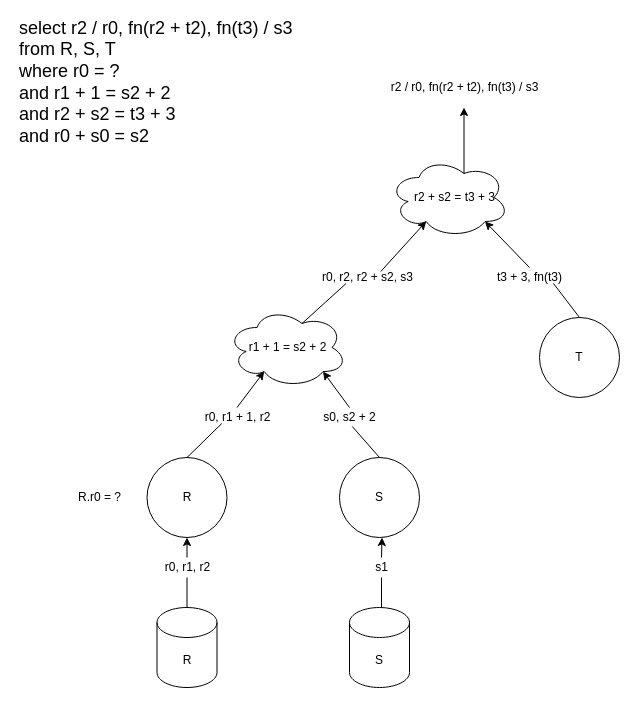
adarshpannu/kona keeps this draw.io diagram as flow.drawio. Above is the earlier version. Source tidied: cells renumbered, new cells numbered last; positions are measured from the earlier drawing's top-left corner, leaving out a move shared by most shapes. Both pictures are drawn from the tidied source at 100%, with x=0, y=0 at pixel (17, 32).
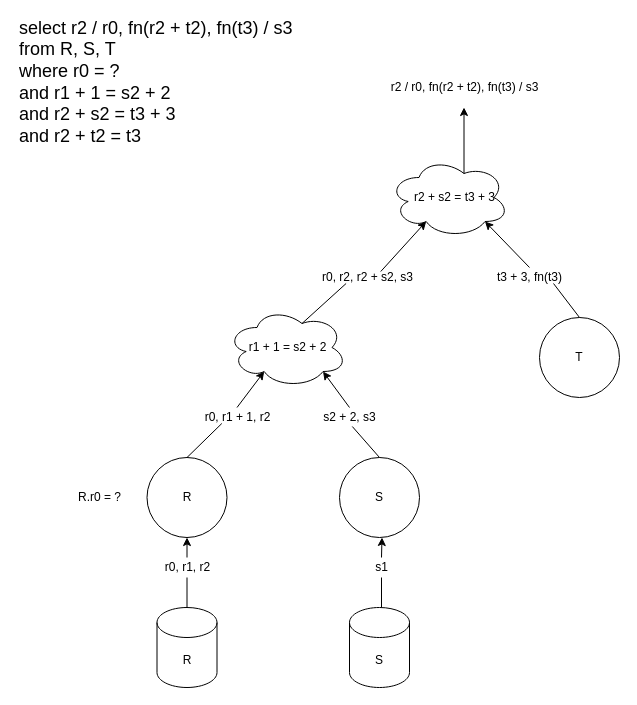
The same diagram, later.

The edit, as a diff of the source:
```diff
@@
-    <mxCell id="3" value="&lt;span style=&quot;font-size: 18px&quot;&gt;select r2 / r0, fn(r2 + t2), fn(t3) / s3&lt;br&gt;from R, S, T &lt;br&gt;where r0 = ? &lt;br&gt;and r1 + 1 = s2 + 2 &lt;br&gt;and r2 + s2 = t3 + 3&lt;br&gt;and r0 + s0 = s2&lt;br&gt;&lt;/span&gt;" style="text;html=1;align=left;verticalAlign=middle;fillColor=none;strokeColor=none;rounded=0;" parent="1" vertex="1">
+    <mxCell id="3" value="&lt;span style=&quot;font-size: 18px&quot;&gt;select r2 / r0, fn(r2 + t2), fn(t3) / s3&lt;br&gt;from R, S, T &lt;br&gt;where r0 = ? &lt;br&gt;and r1 + 1 = s2 + 2 &lt;br&gt;and r2 + s2 = t3 + 3&lt;br&gt;and r2 + t2 = t3&lt;br&gt;&lt;/span&gt;" style="text;html=1;align=left;verticalAlign=middle;fillColor=none;strokeColor=none;rounded=0;" parent="1" vertex="1">
       <mxGeometry x="-0.5" width="290" height="100" as="geometry" />
     </mxCell>
@@
-    <mxCell id="22" value="s0, s2 + 2" style="text;html=1;align=center;verticalAlign=middle;points=[];strokeColor=none;fillColor=none;" parent="1" vertex="1">
+    <mxCell id="22" value="s2 + 2, s3" style="text;html=1;align=center;verticalAlign=middle;points=[];strokeColor=none;fillColor=none;" parent="1" vertex="1">
       <mxGeometry x="297" y="375" width="70" height="20" as="geometry" />
     </mxCell>
```
